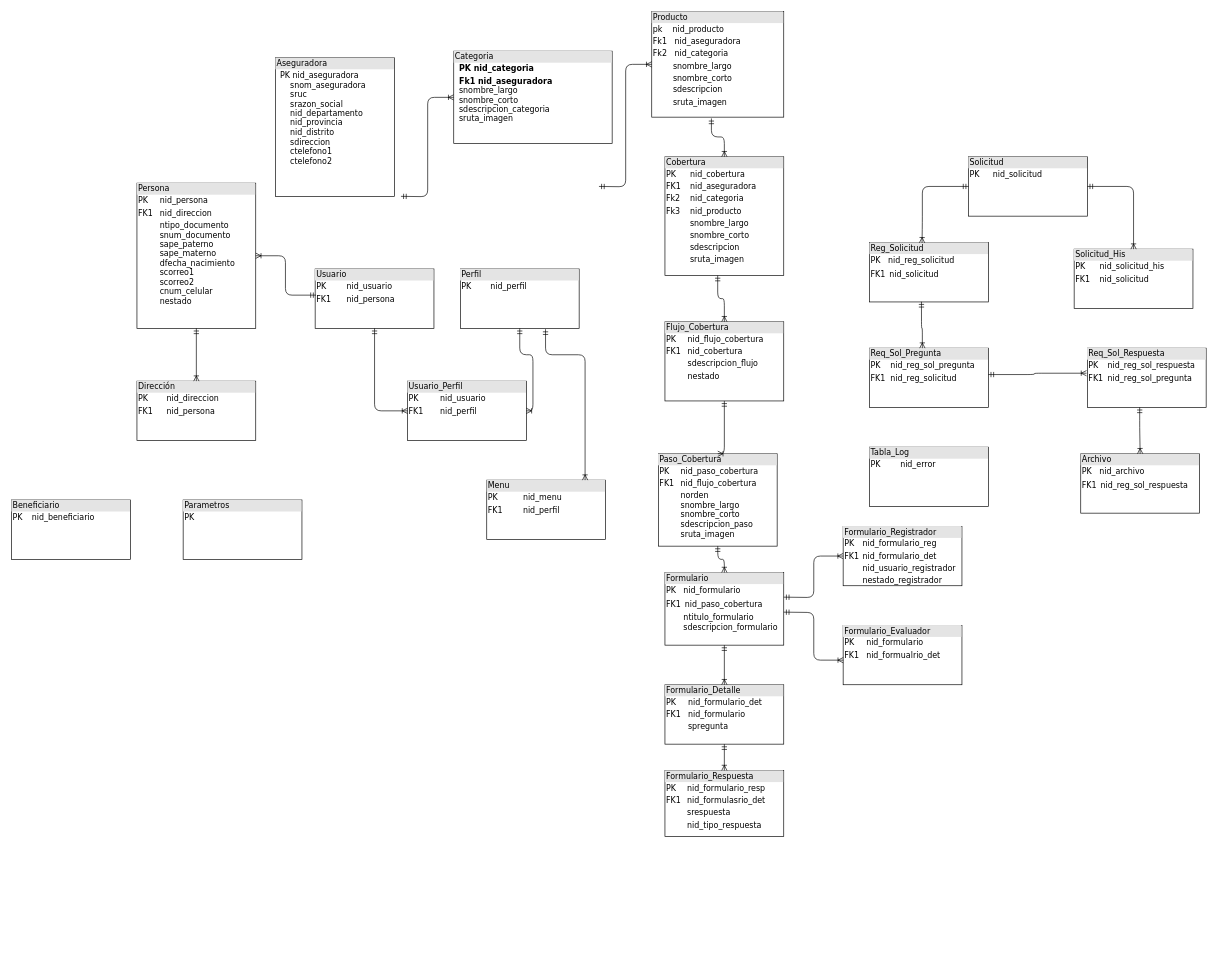
Above: SINIESTROS/Diagrama sin título.drawio in alejandroarceefitec/EFICTEC (draw.io), before the change. Source tidied: cells renumbered, new cells numbered last; positions are measured from the earlier drawing's top-left corner, leaving out a move shared by most shapes. Both pictures are drawn from the tidied source at 66%, with x=0, y=0 at pixel (11, 11).
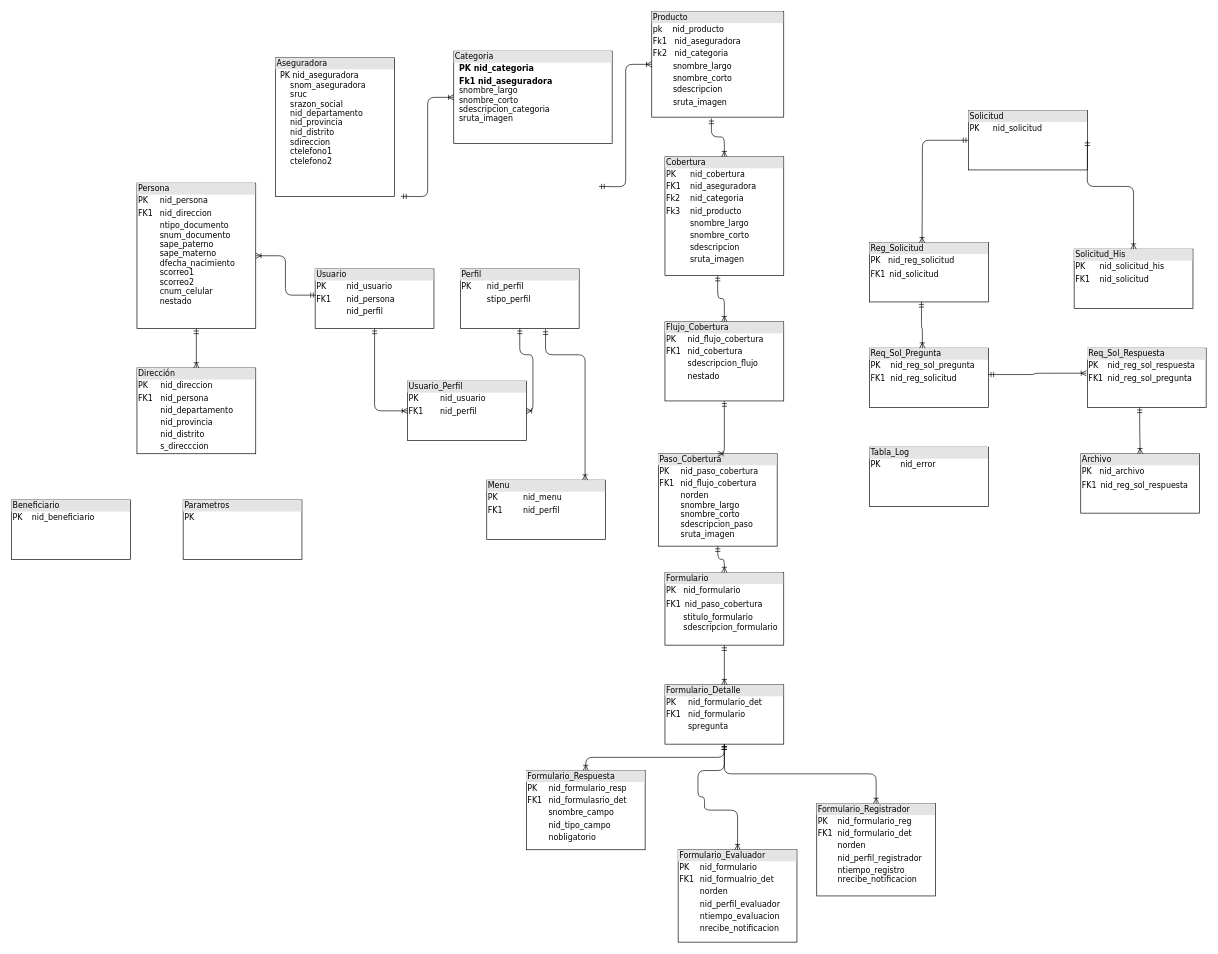
The same page after the edit.

Unchanged cells that the change refers to:
```xml
<mxCell id="18" value="&lt;div style=&quot;box-sizing: border-box ; width: 100% ; background: #e4e4e4 ; padding: 2px&quot;&gt;Formulario_Detalle&lt;/div&gt;&lt;table style=&quot;width: 100% ; font-size: 1em&quot; cellpadding=&quot;2&quot; cellspacing=&quot;0&quot;&gt;&lt;tbody&gt;&lt;tr&gt;&lt;td&gt;PK&lt;/td&gt;&lt;td&gt;nid_formulario_det&lt;/td&gt;&lt;/tr&gt;&lt;tr&gt;&lt;td&gt;FK1&lt;/td&gt;&lt;td&gt;nid_formulario&lt;/td&gt;&lt;/tr&gt;&lt;tr&gt;&lt;td&gt;&lt;/td&gt;&lt;td&gt;spregunta&lt;/td&gt;&lt;/tr&gt;&lt;/tbody&gt;&lt;/table&gt;" style="verticalAlign=top;align=left;overflow=fill;html=1;rounded=0;shadow=0;comic=0;labelBackgroundColor=none;strokeWidth=1;fontFamily=Verdana;fontSize=12;" parent="1" vertex="1">
  <mxGeometry x="990" y="1020" width="180" height="90" as="geometry" />
</mxCell>
```

Change to the diagram source:
```diff
@@
-    <mxCell id="9" value="&lt;div style=&quot;box-sizing: border-box ; width: 100% ; background: #e4e4e4 ; padding: 2px&quot;&gt;Usuario&lt;/div&gt;&lt;table style=&quot;width: 100% ; font-size: 1em&quot; cellpadding=&quot;2&quot; cellspacing=&quot;0&quot;&gt;&lt;tbody&gt;&lt;tr&gt;&lt;td&gt;PK&lt;/td&gt;&lt;td&gt;nid_usuario&lt;/td&gt;&lt;/tr&gt;&lt;tr&gt;&lt;td&gt;FK1&lt;/td&gt;&lt;td&gt;nid_persona&lt;br&gt;&lt;/td&gt;&lt;/tr&gt;&lt;tr&gt;&lt;td&gt;&lt;/td&gt;&lt;td&gt;&lt;br&gt;&lt;/td&gt;&lt;/tr&gt;&lt;/tbody&gt;&lt;/table&gt;" style="verticalAlign=top;align=left;overflow=fill;html=1;rounded=0;shadow=0;comic=0;labelBackgroundColor=none;strokeWidth=1;fontFamily=Verdana;fontSize=12;" parent="1" vertex="1">
+    <mxCell id="9" value="&lt;div style=&quot;box-sizing: border-box ; width: 100% ; background: #e4e4e4 ; padding: 2px&quot;&gt;Usuario&lt;/div&gt;&lt;table style=&quot;width: 100% ; font-size: 1em&quot; cellpadding=&quot;2&quot; cellspacing=&quot;0&quot;&gt;&lt;tbody&gt;&lt;tr&gt;&lt;td&gt;PK&lt;/td&gt;&lt;td&gt;nid_usuario&lt;/td&gt;&lt;/tr&gt;&lt;tr&gt;&lt;td&gt;FK1&lt;/td&gt;&lt;td&gt;nid_persona&lt;br&gt;&lt;/td&gt;&lt;/tr&gt;&lt;tr&gt;&lt;td&gt;&lt;/td&gt;&lt;td&gt;nid_perfil&lt;/td&gt;&lt;/tr&gt;&lt;/tbody&gt;&lt;/table&gt;" style="verticalAlign=top;align=left;overflow=fill;html=1;rounded=0;shadow=0;comic=0;labelBackgroundColor=none;strokeWidth=1;fontFamily=Verdana;fontSize=12;" parent="1" vertex="1">
       <mxGeometry x="460" y="390" width="180" height="90" as="geometry" />
     </mxCell>
-    <mxCell id="10" value="&lt;div style=&quot;box-sizing: border-box ; width: 100% ; background: #e4e4e4 ; padding: 2px&quot;&gt;Perfil&lt;/div&gt;&lt;table style=&quot;width: 100% ; font-size: 1em&quot; cellpadding=&quot;2&quot; cellspacing=&quot;0&quot;&gt;&lt;tbody&gt;&lt;tr&gt;&lt;td&gt;PK&lt;/td&gt;&lt;td&gt;nid_perfil&lt;/td&gt;&lt;/tr&gt;&lt;tr&gt;&lt;td&gt;&lt;br&gt;&lt;/td&gt;&lt;td&gt;&lt;br&gt;&lt;/td&gt;&lt;/tr&gt;&lt;tr&gt;&lt;td&gt;&lt;/td&gt;&lt;td&gt;&lt;br&gt;&lt;/td&gt;&lt;/tr&gt;&lt;/tbody&gt;&lt;/table&gt;" style="verticalAlign=top;align=left;overflow=fill;html=1;rounded=0;shadow=0;comic=0;labelBackgroundColor=none;strokeWidth=1;fontFamily=Verdana;fontSize=12;" parent="1" vertex="1">
+    <mxCell id="10" value="&lt;div style=&quot;box-sizing: border-box ; width: 100% ; background: #e4e4e4 ; padding: 2px&quot;&gt;Perfil&lt;/div&gt;&lt;table style=&quot;width: 100% ; font-size: 1em&quot; cellpadding=&quot;2&quot; cellspacing=&quot;0&quot;&gt;&lt;tbody&gt;&lt;tr&gt;&lt;td&gt;PK&lt;/td&gt;&lt;td&gt;nid_perfil&lt;/td&gt;&lt;/tr&gt;&lt;tr&gt;&lt;td&gt;&lt;br&gt;&lt;/td&gt;&lt;td&gt;stipo_perfil&lt;/td&gt;&lt;/tr&gt;&lt;tr&gt;&lt;td&gt;&lt;/td&gt;&lt;td&gt;&lt;br&gt;&lt;/td&gt;&lt;/tr&gt;&lt;/tbody&gt;&lt;/table&gt;" style="verticalAlign=top;align=left;overflow=fill;html=1;rounded=0;shadow=0;comic=0;labelBackgroundColor=none;strokeWidth=1;fontFamily=Verdana;fontSize=12;" parent="1" vertex="1">
       <mxGeometry x="680" y="390" width="180" height="90" as="geometry" />
     </mxCell>
@@
-    <mxCell id="12" value="&lt;div style=&quot;box-sizing: border-box ; width: 100% ; background: #e4e4e4 ; padding: 2px&quot;&gt;Dirección&lt;/div&gt;&lt;table style=&quot;width: 100% ; font-size: 1em&quot; cellpadding=&quot;2&quot; cellspacing=&quot;0&quot;&gt;&lt;tbody&gt;&lt;tr&gt;&lt;td&gt;PK&lt;/td&gt;&lt;td&gt;nid_direccion&lt;/td&gt;&lt;/tr&gt;&lt;tr&gt;&lt;td&gt;FK1&lt;/td&gt;&lt;td&gt;nid_persona&lt;/td&gt;&lt;/tr&gt;&lt;tr&gt;&lt;td&gt;&lt;/td&gt;&lt;td&gt;&lt;br&gt;&lt;/td&gt;&lt;/tr&gt;&lt;/tbody&gt;&lt;/table&gt;" style="verticalAlign=top;align=left;overflow=fill;html=1;rounded=0;shadow=0;comic=0;labelBackgroundColor=none;strokeWidth=1;fontFamily=Verdana;fontSize=12;" parent="1" vertex="1">
-      <mxGeometry x="190" y="560" width="180" height="90" as="geometry" />
+    <mxCell id="12" value="&lt;div style=&quot;box-sizing: border-box ; width: 100% ; background: #e4e4e4 ; padding: 2px&quot;&gt;Dirección&lt;/div&gt;&lt;table style=&quot;width: 100% ; font-size: 1em&quot; cellpadding=&quot;2&quot; cellspacing=&quot;0&quot;&gt;&lt;tbody&gt;&lt;tr&gt;&lt;td&gt;PK&lt;/td&gt;&lt;td&gt;nid_direccion&lt;/td&gt;&lt;/tr&gt;&lt;tr&gt;&lt;td&gt;FK1&lt;/td&gt;&lt;td&gt;nid_persona&lt;/td&gt;&lt;/tr&gt;&lt;tr&gt;&lt;td&gt;&lt;/td&gt;&lt;td&gt;nid_departamento&lt;/td&gt;&lt;/tr&gt;&lt;tr&gt;&lt;td&gt;&lt;br&gt;&lt;/td&gt;&lt;td&gt;nid_provincia&lt;/td&gt;&lt;/tr&gt;&lt;tr&gt;&lt;td&gt;&lt;br&gt;&lt;/td&gt;&lt;td&gt;nid_distrito&lt;/td&gt;&lt;/tr&gt;&lt;tr&gt;&lt;td&gt;&lt;br&gt;&lt;/td&gt;&lt;td&gt;s_direcccion&lt;/td&gt;&lt;/tr&gt;&lt;/tbody&gt;&lt;/table&gt;" style="verticalAlign=top;align=left;overflow=fill;html=1;rounded=0;shadow=0;comic=0;labelBackgroundColor=none;strokeWidth=1;fontFamily=Verdana;fontSize=12;" parent="1" vertex="1">
+      <mxGeometry x="190" y="540" width="180" height="130" as="geometry" />
     </mxCell>
@@
-    <mxCell id="15" value="&lt;div style=&quot;box-sizing: border-box ; width: 100% ; background: #e4e4e4 ; padding: 2px&quot;&gt;Formulario_Registrador&lt;/div&gt;&lt;table style=&quot;width: 100% ; font-size: 1em&quot; cellpadding=&quot;2&quot; cellspacing=&quot;0&quot;&gt;&lt;tbody&gt;&lt;tr&gt;&lt;td&gt;PK&lt;/td&gt;&lt;td&gt;nid_formulario_reg&lt;/td&gt;&lt;/tr&gt;&lt;tr&gt;&lt;td&gt;FK1&lt;/td&gt;&lt;td&gt;nid_formulario_det&lt;/td&gt;&lt;/tr&gt;&lt;tr&gt;&lt;td&gt;&lt;/td&gt;&lt;td&gt;nid_usuario_registrador&lt;/td&gt;&lt;/tr&gt;&lt;tr&gt;&lt;td&gt;&lt;br&gt;&lt;/td&gt;&lt;td&gt;nestado_registrador&lt;/td&gt;&lt;/tr&gt;&lt;/tbody&gt;&lt;/table&gt;" style="verticalAlign=top;align=left;overflow=fill;html=1;rounded=0;shadow=0;comic=0;labelBackgroundColor=none;strokeWidth=1;fontFamily=Verdana;fontSize=12;" parent="1" vertex="1">
-      <mxGeometry x="1260" y="780" width="180" height="90" as="geometry" />
+    <mxCell id="15" value="&lt;div style=&quot;box-sizing: border-box ; width: 100% ; background: #e4e4e4 ; padding: 2px&quot;&gt;Formulario_Registrador&lt;/div&gt;&lt;table style=&quot;width: 100% ; font-size: 1em&quot; cellpadding=&quot;2&quot; cellspacing=&quot;0&quot;&gt;&lt;tbody&gt;&lt;tr&gt;&lt;td&gt;PK&lt;/td&gt;&lt;td&gt;nid_formulario_reg&lt;/td&gt;&lt;/tr&gt;&lt;tr&gt;&lt;td&gt;FK1&lt;/td&gt;&lt;td&gt;nid_formulario_det&lt;br&gt;&lt;/td&gt;&lt;/tr&gt;&lt;tr&gt;&lt;td&gt;&lt;br&gt;&lt;/td&gt;&lt;td&gt;norden&lt;/td&gt;&lt;/tr&gt;&lt;tr&gt;&lt;td&gt;&lt;/td&gt;&lt;td&gt;nid_perfil_registrador&lt;/td&gt;&lt;/tr&gt;&lt;tr&gt;&lt;td&gt;&lt;br&gt;&lt;/td&gt;&lt;td&gt;ntiempo_registro&lt;br&gt;nrecibe_notificacion&lt;/td&gt;&lt;/tr&gt;&lt;/tbody&gt;&lt;/table&gt;" style="verticalAlign=top;align=left;overflow=fill;html=1;rounded=0;shadow=0;comic=0;labelBackgroundColor=none;strokeWidth=1;fontFamily=Verdana;fontSize=12;" parent="1" vertex="1">
+      <mxGeometry x="1220" y="1200" width="180" height="140" as="geometry" />
     </mxCell>
-    <mxCell id="16" value="&lt;div style=&quot;box-sizing: border-box ; width: 100% ; background: #e4e4e4 ; padding: 2px&quot;&gt;Formulario_Respuesta&lt;/div&gt;&lt;table style=&quot;width: 100% ; font-size: 1em&quot; cellpadding=&quot;2&quot; cellspacing=&quot;0&quot;&gt;&lt;tbody&gt;&lt;tr&gt;&lt;td&gt;PK&lt;/td&gt;&lt;td&gt;nid_formulario_resp&lt;/td&gt;&lt;/tr&gt;&lt;tr&gt;&lt;td&gt;FK1&lt;/td&gt;&lt;td&gt;nid_formulasrio_det&lt;/td&gt;&lt;/tr&gt;&lt;tr&gt;&lt;td&gt;&lt;br&gt;&lt;/td&gt;&lt;td&gt;srespuesta&lt;/td&gt;&lt;/tr&gt;&lt;tr&gt;&lt;td&gt;&lt;br&gt;&lt;/td&gt;&lt;td&gt;nid_tipo_respuesta&lt;/td&gt;&lt;/tr&gt;&lt;/tbody&gt;&lt;/table&gt;" style="verticalAlign=top;align=left;overflow=fill;html=1;rounded=0;shadow=0;comic=0;labelBackgroundColor=none;strokeWidth=1;fontFamily=Verdana;fontSize=12;" parent="1" vertex="1">
-      <mxGeometry x="990" y="1150" width="180" height="100" as="geometry" />
+    <mxCell id="16" value="&lt;div style=&quot;box-sizing: border-box ; width: 100% ; background: #e4e4e4 ; padding: 2px&quot;&gt;Formulario_Respuesta&lt;/div&gt;&lt;table style=&quot;width: 100% ; font-size: 1em&quot; cellpadding=&quot;2&quot; cellspacing=&quot;0&quot;&gt;&lt;tbody&gt;&lt;tr&gt;&lt;td&gt;PK&lt;/td&gt;&lt;td&gt;nid_formulario_resp&lt;/td&gt;&lt;/tr&gt;&lt;tr&gt;&lt;td&gt;FK1&lt;/td&gt;&lt;td&gt;nid_formulasrio_det&lt;/td&gt;&lt;/tr&gt;&lt;tr&gt;&lt;td&gt;&lt;br&gt;&lt;/td&gt;&lt;td&gt;snombre_campo&lt;/td&gt;&lt;/tr&gt;&lt;tr&gt;&lt;td&gt;&lt;br&gt;&lt;/td&gt;&lt;td&gt;nid_tipo_campo&lt;/td&gt;&lt;/tr&gt;&lt;tr&gt;&lt;td&gt;&lt;br&gt;&lt;/td&gt;&lt;td&gt;nobligatorio&lt;/td&gt;&lt;/tr&gt;&lt;/tbody&gt;&lt;/table&gt;" style="verticalAlign=top;align=left;overflow=fill;html=1;rounded=0;shadow=0;comic=0;labelBackgroundColor=none;strokeWidth=1;fontFamily=Verdana;fontSize=12;" parent="1" vertex="1">
+      <mxGeometry x="780" y="1150" width="180" height="120" as="geometry" />
     </mxCell>
-    <mxCell id="17" value="&lt;div style=&quot;box-sizing: border-box ; width: 100% ; background: #e4e4e4 ; padding: 2px&quot;&gt;Formulario_Evaluador&lt;/div&gt;&lt;table style=&quot;width: 100% ; font-size: 1em&quot; cellpadding=&quot;2&quot; cellspacing=&quot;0&quot;&gt;&lt;tbody&gt;&lt;tr&gt;&lt;td&gt;PK&lt;/td&gt;&lt;td&gt;nid_formulario&lt;/td&gt;&lt;/tr&gt;&lt;tr&gt;&lt;td&gt;FK1&lt;/td&gt;&lt;td&gt;nid_formualrio_det&lt;/td&gt;&lt;/tr&gt;&lt;tr&gt;&lt;td&gt;&lt;/td&gt;&lt;td&gt;&lt;br&gt;&lt;/td&gt;&lt;/tr&gt;&lt;/tbody&gt;&lt;/table&gt;" style="verticalAlign=top;align=left;overflow=fill;html=1;rounded=0;shadow=0;comic=0;labelBackgroundColor=none;strokeWidth=1;fontFamily=Verdana;fontSize=12;" parent="1" vertex="1">
-      <mxGeometry x="1260" y="930" width="180" height="90" as="geometry" />
+    <mxCell id="17" value="&lt;div style=&quot;box-sizing: border-box ; width: 100% ; background: #e4e4e4 ; padding: 2px&quot;&gt;Formulario_Evaluador&lt;/div&gt;&lt;table style=&quot;width: 100% ; font-size: 1em&quot; cellpadding=&quot;2&quot; cellspacing=&quot;0&quot;&gt;&lt;tbody&gt;&lt;tr&gt;&lt;td&gt;PK&lt;/td&gt;&lt;td&gt;nid_formulario&lt;/td&gt;&lt;/tr&gt;&lt;tr&gt;&lt;td&gt;FK1&lt;/td&gt;&lt;td&gt;nid_formualrio_det&lt;/td&gt;&lt;/tr&gt;&lt;tr&gt;&lt;td&gt;&lt;br&gt;&lt;/td&gt;&lt;td&gt;norden&lt;/td&gt;&lt;/tr&gt;&lt;tr&gt;&lt;td&gt;&lt;/td&gt;&lt;td&gt;nid_perfil_evaluador&lt;/td&gt;&lt;/tr&gt;&lt;tr&gt;&lt;td&gt;&lt;br&gt;&lt;/td&gt;&lt;td&gt;ntiempo_evaluacion&lt;/td&gt;&lt;/tr&gt;&lt;tr&gt;&lt;td&gt;&lt;br&gt;&lt;/td&gt;&lt;td&gt;nrecibe_notificacion&lt;/td&gt;&lt;/tr&gt;&lt;/tbody&gt;&lt;/table&gt;" style="verticalAlign=top;align=left;overflow=fill;html=1;rounded=0;shadow=0;comic=0;labelBackgroundColor=none;strokeWidth=1;fontFamily=Verdana;fontSize=12;" parent="1" vertex="1">
+      <mxGeometry x="1010" y="1270" width="180" height="140" as="geometry" />
     </mxCell>
@@
     <mxCell id="27" value="&lt;div style=&quot;box-sizing: border-box ; width: 100% ; background: #e4e4e4 ; padding: 2px&quot;&gt;Solicitud&lt;/div&gt;&lt;table style=&quot;width: 100% ; font-size: 1em&quot; cellpadding=&quot;2&quot; cellspacing=&quot;0&quot;&gt;&lt;tbody&gt;&lt;tr&gt;&lt;td&gt;PK&lt;/td&gt;&lt;td&gt;nid_solicitud&lt;/td&gt;&lt;/tr&gt;&lt;tr&gt;&lt;td&gt;&lt;br&gt;&lt;/td&gt;&lt;td&gt;&lt;br&gt;&lt;/td&gt;&lt;/tr&gt;&lt;tr&gt;&lt;td&gt;&lt;/td&gt;&lt;td&gt;&lt;br&gt;&lt;/td&gt;&lt;/tr&gt;&lt;/tbody&gt;&lt;/table&gt;" style="verticalAlign=top;align=left;overflow=fill;html=1;rounded=0;shadow=0;comic=0;labelBackgroundColor=none;strokeWidth=1;fontFamily=Verdana;fontSize=12;" parent="1" vertex="1">
-      <mxGeometry x="1450" y="220" width="180" height="90" as="geometry" />
+      <mxGeometry x="1450" y="150" width="180" height="90" as="geometry" />
     </mxCell>
@@
-    <mxCell id="32" value="&lt;div style=&quot;box-sizing: border-box ; width: 100% ; background: #e4e4e4 ; padding: 2px&quot;&gt;Formulario&lt;/div&gt;&lt;table style=&quot;width: 100% ; font-size: 1em&quot; cellpadding=&quot;2&quot; cellspacing=&quot;0&quot;&gt;&lt;tbody&gt;&lt;tr&gt;&lt;td&gt;PK&lt;/td&gt;&lt;td&gt;nid_formulario&lt;/td&gt;&lt;/tr&gt;&lt;tr&gt;&lt;td&gt;FK1&lt;/td&gt;&lt;td&gt;&lt;table cellpadding=&quot;2&quot; cellspacing=&quot;0&quot; style=&quot;font-size: 1em ; width: 179.2px&quot;&gt;&lt;tbody&gt;&lt;tr&gt;&lt;td&gt;nid_paso_cobertura&lt;br&gt;&lt;/td&gt;&lt;/tr&gt;&lt;tr&gt;&lt;/tr&gt;&lt;/tbody&gt;&lt;/table&gt;&lt;/td&gt;&lt;/tr&gt;&lt;tr&gt;&lt;td&gt;&lt;/td&gt;&lt;td&gt;ntitulo_formulario&lt;br&gt;sdescripcion_formulario&lt;br&gt;&lt;br&gt;&lt;/td&gt;&lt;/tr&gt;&lt;/tbody&gt;&lt;/table&gt;" style="verticalAlign=top;align=left;overflow=fill;html=1;rounded=0;shadow=0;comic=0;labelBackgroundColor=none;strokeWidth=1;fontFamily=Verdana;fontSize=12;" parent="1" vertex="1">
+    <mxCell id="32" value="&lt;div style=&quot;box-sizing: border-box ; width: 100% ; background: #e4e4e4 ; padding: 2px&quot;&gt;Formulario&lt;/div&gt;&lt;table style=&quot;width: 100% ; font-size: 1em&quot; cellpadding=&quot;2&quot; cellspacing=&quot;0&quot;&gt;&lt;tbody&gt;&lt;tr&gt;&lt;td&gt;PK&lt;/td&gt;&lt;td&gt;nid_formulario&lt;/td&gt;&lt;/tr&gt;&lt;tr&gt;&lt;td&gt;FK1&lt;/td&gt;&lt;td&gt;&lt;table cellpadding=&quot;2&quot; cellspacing=&quot;0&quot; style=&quot;font-size: 1em ; width: 179.2px&quot;&gt;&lt;tbody&gt;&lt;tr&gt;&lt;td&gt;nid_paso_cobertura&lt;br&gt;&lt;/td&gt;&lt;/tr&gt;&lt;tr&gt;&lt;/tr&gt;&lt;/tbody&gt;&lt;/table&gt;&lt;/td&gt;&lt;/tr&gt;&lt;tr&gt;&lt;td&gt;&lt;/td&gt;&lt;td&gt;stitulo_formulario&lt;br&gt;sdescripcion_formulario&lt;br&gt;&lt;br&gt;&lt;/td&gt;&lt;/tr&gt;&lt;/tbody&gt;&lt;/table&gt;" style="verticalAlign=top;align=left;overflow=fill;html=1;rounded=0;shadow=0;comic=0;labelBackgroundColor=none;strokeWidth=1;fontFamily=Verdana;fontSize=12;" parent="1" vertex="1">
       <mxGeometry x="990" y="850" width="180" height="110" as="geometry" />
     </mxCell>
@@
-    <mxCell id="46" style="edgeStyle=orthogonalEdgeStyle;html=1;endArrow=ERoneToMany;startArrow=ERmandOne;labelBackgroundColor=none;fontFamily=Verdana;fontSize=12;align=left;exitX=0;exitY=0.5;exitDx=0;exitDy=0;entryX=0.001;entryY=0.586;entryDx=0;entryDy=0;entryPerimeter=0;" parent="1" edge="1" target="17">
+    <mxCell id="46" style="edgeStyle=orthogonalEdgeStyle;html=1;endArrow=ERoneToMany;startArrow=ERmandOne;labelBackgroundColor=none;fontFamily=Verdana;fontSize=12;align=left;exitX=0.5;exitY=1;exitDx=0;exitDy=0;entryX=0.5;entryY=0;entryDx=0;entryDy=0;" parent="1" edge="1" source="18" target="17">
       <mxGeometry relative="1" as="geometry">
-        <mxPoint x="1170" y="910" as="sourcePoint" />
+        <Array as="points">
+          <mxPoint x="1080" y="1150" />
+          <mxPoint x="1040" y="1150" />
+          <mxPoint x="1040" y="1190" />
+          <mxPoint x="1050" y="1190" />
+          <mxPoint x="1050" y="1210" />
+        </Array>
       </mxGeometry>
     </mxCell>
-    <mxCell id="47" style="edgeStyle=orthogonalEdgeStyle;html=1;endArrow=ERoneToMany;startArrow=ERmandOne;labelBackgroundColor=none;fontFamily=Verdana;fontSize=12;align=left;exitX=0;exitY=0.5;exitDx=0;exitDy=0;entryX=0;entryY=0.5;entryDx=0;entryDy=0;" parent="1" edge="1" target="15">
-      <mxGeometry relative="1" as="geometry">
-        <mxPoint x="1170" y="887.3" as="sourcePoint" />
-      </mxGeometry>
+    <mxCell id="47" style="edgeStyle=orthogonalEdgeStyle;html=1;endArrow=ERoneToMany;startArrow=ERmandOne;labelBackgroundColor=none;fontFamily=Verdana;fontSize=12;align=left;exitX=0.5;exitY=1;exitDx=0;exitDy=0;entryX=0.5;entryY=0;entryDx=0;entryDy=0;" parent="1" edge="1" source="18" target="15">
+      <mxGeometry relative="1" as="geometry" />
     </mxCell>
```
